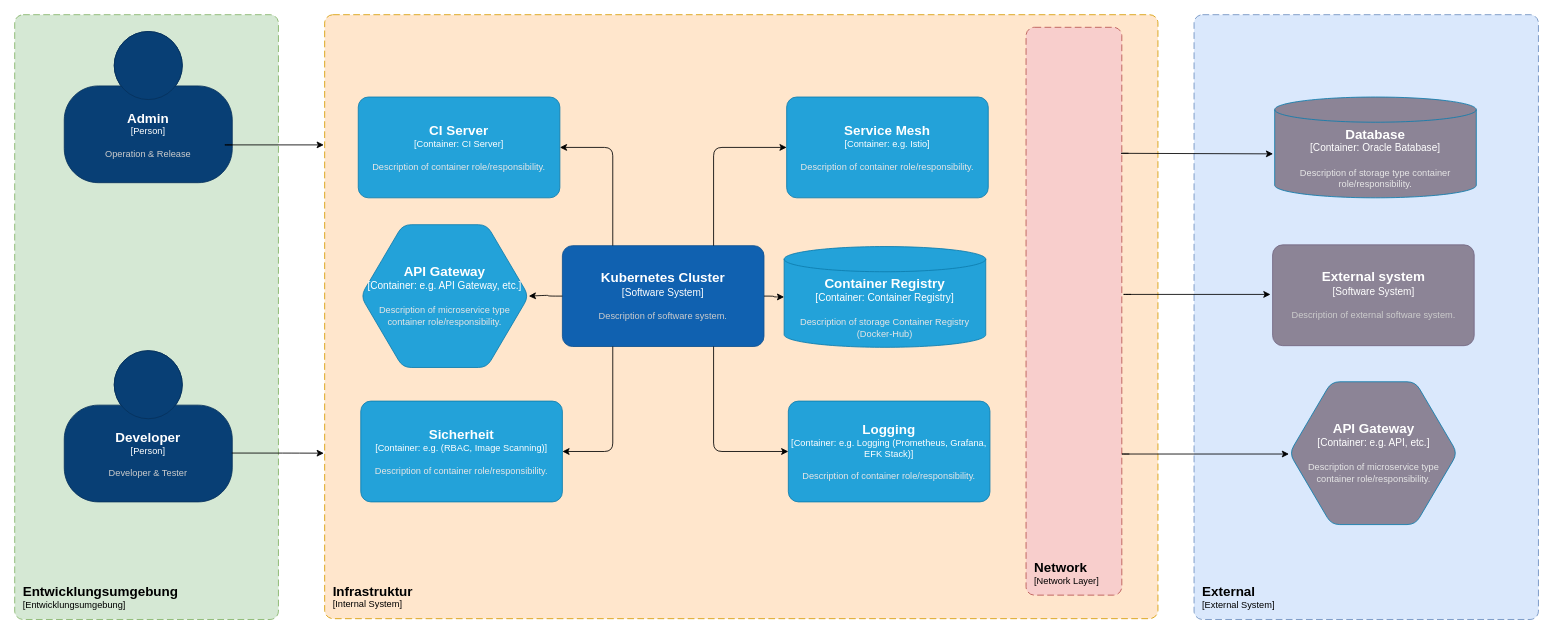
Earlier version of the draw.io diagram page "04-Context-And-Scope-View" (11 of 11) of resources/enterprise-architecture.drawio (microtema/universal-development-and-operation-platform). Source tidied: cells renumbered, new cells numbered last; positions are measured from the earlier drawing's top-left corner, leaving out a move shared by most shapes. Both pictures are drawn from the tidied source at 84%, with x=0, y=0 at pixel (14, 14).
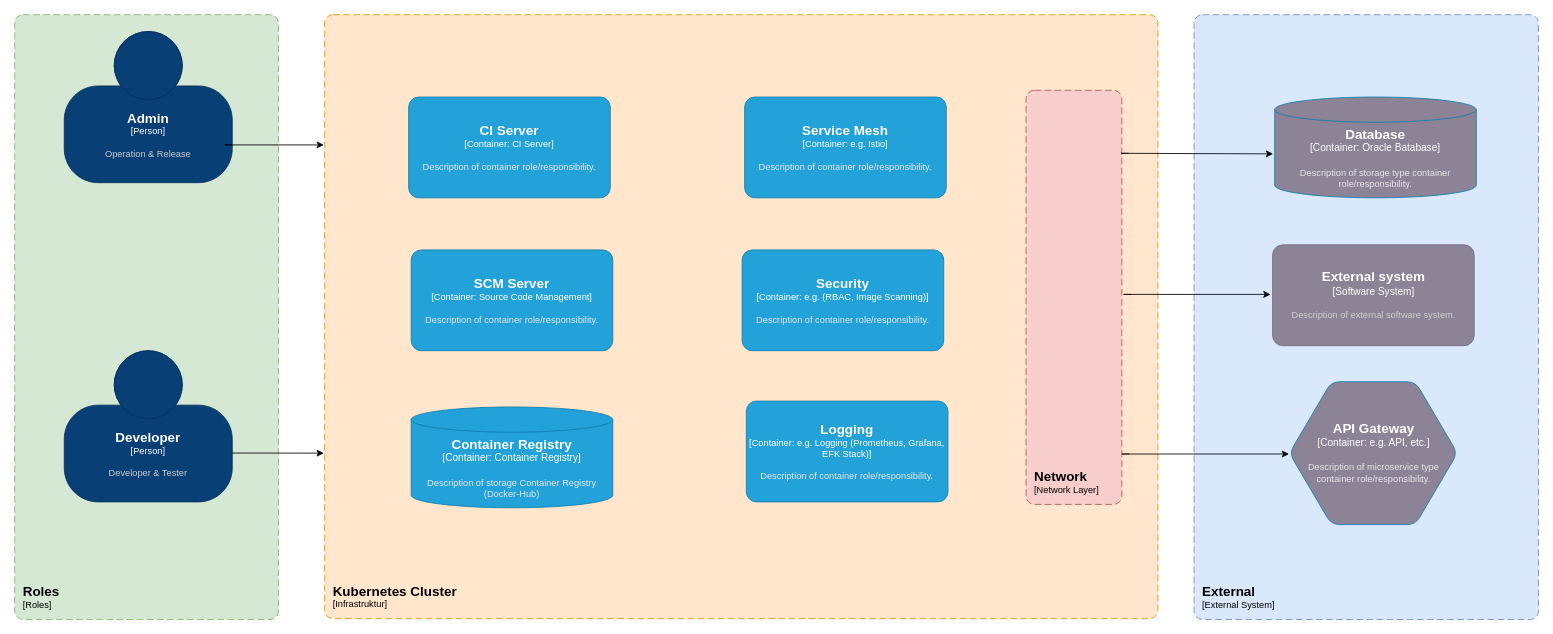
The same diagram, later.

The edit, as a diff of the source:
```diff
@@
-    <object id="2" label="&lt;font style=&quot;font-size: 16px&quot;&gt;&lt;b&gt;&lt;div style=&quot;text-align: left&quot;&gt;%c4Name%&lt;/div&gt;&lt;/b&gt;&lt;/font&gt;&lt;div style=&quot;text-align: left&quot;&gt;[%c4Application%]&lt;/div&gt;" c4Application="Entwicklungsumgebung" c4Name="Entwicklungsumgebung" placeholders="1">
+    <object id="2" label="&lt;font style=&quot;font-size: 16px&quot;&gt;&lt;b&gt;&lt;div style=&quot;text-align: left&quot;&gt;%c4Name%&lt;/div&gt;&lt;/b&gt;&lt;/font&gt;&lt;div style=&quot;text-align: left&quot;&gt;[%c4Application%]&lt;/div&gt;" c4Application="Roles" c4Name="Roles" placeholders="1">
       <mxCell style="rounded=1;fontSize=11;whiteSpace=wrap;html=1;dashed=1;arcSize=20;fillColor=#d5e8d4;strokeColor=#82b366;labelBackgroundColor=none;align=left;verticalAlign=bottom;labelBorderColor=none;spacingTop=0;spacing=10;dashPattern=8 4;perimeter=rectanglePerimeter;noLabel=0;labelPadding=0;absoluteArcSize=1;" parent="1" vertex="1">
         <mxGeometry width="314" height="720" as="geometry" />
       </mxCell>
     </object>
-    <object id="3" label="&lt;font style=&quot;font-size: 16px&quot;&gt;&lt;b&gt;&lt;div style=&quot;text-align: left&quot;&gt;%c4Name%&lt;/div&gt;&lt;/b&gt;&lt;/font&gt;&lt;div style=&quot;text-align: left&quot;&gt;[%c4Application%]&lt;/div&gt;" c4Application="Internal System" c4Name="Infrastruktur" placeholders="1">
+    <object id="3" label="&lt;font style=&quot;font-size: 16px&quot;&gt;&lt;b&gt;&lt;div style=&quot;text-align: left&quot;&gt;%c4Name%&lt;/div&gt;&lt;/b&gt;&lt;/font&gt;&lt;div style=&quot;text-align: left&quot;&gt;[%c4Application%]&lt;/div&gt;" c4Application="Infrastruktur" c4Name="Kubernetes Cluster" placeholders="1">
       <mxCell style="rounded=1;fontSize=11;whiteSpace=wrap;html=1;dashed=1;arcSize=20;fillColor=#ffe6cc;strokeColor=#d79b00;labelBackgroundColor=none;align=left;verticalAlign=bottom;labelBorderColor=none;spacingTop=0;spacing=10;dashPattern=8 4;perimeter=rectanglePerimeter;noLabel=0;labelPadding=0;absoluteArcSize=1;" parent="1" vertex="1">
         <mxGeometry x="369" width="992" height="719" as="geometry" />
       </mxCell>
     </object>
@@
-    <object id="8" label="&lt;font style=&quot;font-size: 16px&quot;&gt;&lt;b&gt;%c4Name%&lt;/b&gt;&lt;/font&gt;&lt;div&gt;[%c4Type%]&lt;/div&gt;&lt;br&gt;&lt;div&gt;&lt;font style=&quot;font-size: 11px&quot;&gt;&lt;font color=&quot;#cccccc&quot;&gt;%c4Description%&lt;/font&gt;&lt;/div&gt;" c4Description="Description of software system." c4Name="Kubernetes Cluster" c4Type="Software System" placeholders="1">
-      <mxCell style="rounded=1;whiteSpace=wrap;html=1;labelBackgroundColor=none;fillColor=#1061B0;fontColor=#ffffff;align=center;arcSize=10;strokeColor=#0D5091;points=[[0.25,0,0],[0.5,0,0],[0.75,0,0],[1,0.25,0],[1,0.5,0],[1,0.75,0],[0.75,1,0],[0.5,1,0],[0.25,1,0],[0,0.75,0],[0,0.5,0],[0,0.25,0]];" parent="1" vertex="1">
-        <mxGeometry x="652" y="275" width="240" height="120" as="geometry" />
-      </mxCell>
-    </object>
     <object id="9" label="&lt;font style=&quot;font-size: 16px&quot;&gt;&lt;b&gt;%c4Name%&lt;/b&gt;&lt;/font&gt;&lt;div&gt;[%c4Type%: %c4Technology%]&lt;/div&gt;&lt;br&gt;&lt;div&gt;&lt;font style=&quot;font-size: 11px&quot;&gt;&lt;font color=&quot;#E6E6E6&quot;&gt;%c4Description%&lt;/font&gt;&lt;/div&gt;" c4Description="Description of container role/responsibility." c4Name="CI Server" c4Technology="CI Server" c4Type="Container" placeholders="1">
       <mxCell style="rounded=1;whiteSpace=wrap;html=1;fontSize=11;labelBackgroundColor=none;fillColor=#23A2D9;fontColor=#ffffff;align=center;arcSize=10;strokeColor=#0E7DAD;points=[[0.25,0,0],[0.5,0,0],[0.75,0,0],[1,0.25,0],[1,0.5,0],[1,0.75,0],[0.75,1,0],[0.5,1,0],[0.25,1,0],[0,0.75,0],[0,0.5,0],[0,0.25,0]];" parent="1" vertex="1">
-        <mxGeometry x="409" y="98" width="240" height="120" as="geometry" />
+        <mxGeometry x="469" y="98" width="240" height="120" as="geometry" />
       </mxCell>
     </object>
     <object id="10" label="&lt;font style=&quot;font-size: 16px&quot;&gt;&lt;b&gt;%c4Type%&lt;/b&gt;&lt;/font&gt;&lt;div&gt;[%c4Container%:&amp;nbsp;%c4Technology%]&lt;/div&gt;&lt;br&gt;&lt;div&gt;&lt;font style=&quot;font-size: 11px&quot;&gt;&lt;font color=&quot;#E6E6E6&quot;&gt;%c4Description%&lt;/font&gt;&lt;/div&gt;" c4Container="Container" c4Description="Description of storage Container Registry (Docker-Hub)" c4Technology="Container Registry" c4Type="Container Registry" placeholders="1">
       <mxCell style="shape=cylinder3;size=15;whiteSpace=wrap;html=1;boundedLbl=1;rounded=0;labelBackgroundColor=none;fillColor=#23A2D9;fontSize=12;fontColor=#ffffff;align=center;strokeColor=#0E7DAD;points=[[0.5,0,0],[1,0.25,0],[1,0.5,0],[1,0.75,0],[0.5,1,0],[0,0.75,0],[0,0.5,0],[0,0.25,0]];" parent="1" vertex="1">
-        <mxGeometry x="916" y="276" width="240" height="120" as="geometry" />
+        <mxGeometry x="472" y="467" width="240" height="120" as="geometry" />
       </mxCell>
     </object>
     <object id="11" label="&lt;font style=&quot;font-size: 16px&quot;&gt;&lt;b&gt;%c4Name%&lt;/b&gt;&lt;/font&gt;&lt;div&gt;[%c4Type%: %c4Technology%]&lt;/div&gt;&lt;br&gt;&lt;div&gt;&lt;font style=&quot;font-size: 11px&quot;&gt;&lt;font color=&quot;#E6E6E6&quot;&gt;%c4Description%&lt;/font&gt;&lt;/div&gt;" c4Description="Description of container role/responsibility." c4Name="Logging" c4Technology="e.g. Logging (Prometheus, Grafana, EFK Stack)" c4Type="Container" placeholders="1">
       <mxCell style="rounded=1;whiteSpace=wrap;html=1;fontSize=11;labelBackgroundColor=none;fillColor=#23A2D9;fontColor=#ffffff;align=center;arcSize=10;strokeColor=#0E7DAD;points=[[0.25,0,0],[0.5,0,0],[0.75,0,0],[1,0.25,0],[1,0.5,0],[1,0.75,0],[0.75,1,0],[0.5,1,0],[0.25,1,0],[0,0.75,0],[0,0.5,0],[0,0.25,0]];" parent="1" vertex="1">
-        <mxGeometry x="921" y="460" width="240" height="120" as="geometry" />
+        <mxGeometry x="871" y="460" width="240" height="120" as="geometry" />
       </mxCell>
     </object>
     <object id="12" label="&lt;font style=&quot;font-size: 16px&quot;&gt;&lt;b&gt;%c4Name%&lt;/b&gt;&lt;/font&gt;&lt;div&gt;[%c4Type%: %c4Technology%]&lt;/div&gt;&lt;br&gt;&lt;div&gt;&lt;font style=&quot;font-size: 11px&quot;&gt;&lt;font color=&quot;#E6E6E6&quot;&gt;%c4Description%&lt;/font&gt;&lt;/div&gt;" c4Description="Description of container role/responsibility." c4Name="Service Mesh" c4Technology="e.g. Istio" c4Type="Container" placeholders="1">
       <mxCell style="rounded=1;whiteSpace=wrap;html=1;fontSize=11;labelBackgroundColor=none;fillColor=#23A2D9;fontColor=#ffffff;align=center;arcSize=10;strokeColor=#0E7DAD;points=[[0.25,0,0],[0.5,0,0],[0.75,0,0],[1,0.25,0],[1,0.5,0],[1,0.75,0],[0.75,1,0],[0.5,1,0],[0.25,1,0],[0,0.75,0],[0,0.5,0],[0,0.25,0]];" parent="1" vertex="1">
-        <mxGeometry x="919" y="98" width="240" height="120" as="geometry" />
+        <mxGeometry x="869" y="98" width="240" height="120" as="geometry" />
       </mxCell>
     </object>
-    <object id="13" label="&lt;font style=&quot;font-size: 16px&quot;&gt;&lt;b&gt;%c4Type%&lt;/b&gt;&lt;/font&gt;&lt;div&gt;[%c4Container%:&amp;nbsp;%c4Technology%]&lt;/div&gt;&lt;br&gt;&lt;div&gt;&lt;font style=&quot;font-size: 11px&quot;&gt;&lt;font color=&quot;#E6E6E6&quot;&gt;%c4Description%&lt;/font&gt;&lt;/div&gt;" c4Container="Container" c4Description="Description of microservice type container role/responsibility." c4Technology="e.g. API Gateway, etc." c4Type="API Gateway" placeholders="1">
-      <mxCell style="shape=hexagon;size=50;perimeter=hexagonPerimeter2;whiteSpace=wrap;html=1;fixedSize=1;rounded=1;labelBackgroundColor=none;fillColor=#23A2D9;fontSize=12;fontColor=#ffffff;align=center;strokeColor=#0E7DAD;points=[[0.5,0,0],[1,0.25,0],[1,0.5,0],[1,0.75,0],[0.5,1,0],[0,0.75,0],[0,0.5,0],[0,0.25,0]];" parent="1" vertex="1">
-        <mxGeometry x="412" y="250" width="200" height="170" as="geometry" />
-      </mxCell>
-    </object>
-    <object id="14" label="&lt;font style=&quot;font-size: 16px&quot;&gt;&lt;b&gt;%c4Name%&lt;/b&gt;&lt;/font&gt;&lt;div&gt;[%c4Type%: %c4Technology%]&lt;/div&gt;&lt;br&gt;&lt;div&gt;&lt;font style=&quot;font-size: 11px&quot;&gt;&lt;font color=&quot;#E6E6E6&quot;&gt;%c4Description%&lt;/font&gt;&lt;/div&gt;" c4Description="Description of container role/responsibility." c4Name="Sicherheit" c4Technology="e.g. (RBAC, Image Scanning)" c4Type="Container" placeholders="1">
+    <object id="14" label="&lt;font style=&quot;font-size: 16px&quot;&gt;&lt;b&gt;%c4Name%&lt;/b&gt;&lt;/font&gt;&lt;div&gt;[%c4Type%: %c4Technology%]&lt;/div&gt;&lt;br&gt;&lt;div&gt;&lt;font style=&quot;font-size: 11px&quot;&gt;&lt;font color=&quot;#E6E6E6&quot;&gt;%c4Description%&lt;/font&gt;&lt;/div&gt;" c4Description="Description of container role/responsibility." c4Name="Security" c4Technology="e.g. (RBAC, Image Scanning)" c4Type="Container" placeholders="1">
       <mxCell style="rounded=1;whiteSpace=wrap;html=1;fontSize=11;labelBackgroundColor=none;fillColor=#23A2D9;fontColor=#ffffff;align=center;arcSize=10;strokeColor=#0E7DAD;points=[[0.25,0,0],[0.5,0,0],[0.75,0,0],[1,0.25,0],[1,0.5,0],[1,0.75,0],[0.75,1,0],[0.5,1,0],[0.25,1,0],[0,0.75,0],[0,0.5,0],[0,0.25,0]];" parent="1" vertex="1">
-        <mxGeometry x="412" y="460" width="240" height="120" as="geometry" />
+        <mxGeometry x="866" y="280" width="240" height="120" as="geometry" />
       </mxCell>
     </object>
-    <mxCell id="15" style="edgeStyle=orthogonalEdgeStyle;rounded=1;jettySize=auto;html=1;entryX=0;entryY=0.5;entryDx=0;entryDy=0;entryPerimeter=0;exitX=0.75;exitY=0;exitDx=0;exitDy=0;exitPerimeter=0;" parent="1" edge="1" source="8" target="12">
-      <mxGeometry relative="1" as="geometry">
-        <Array as="points">
-          <mxPoint x="832" y="158" />
-        </Array>
-      </mxGeometry>
-    </mxCell>
-    <mxCell id="16" style="edgeStyle=orthogonalEdgeStyle;rounded=1;jettySize=auto;html=1;entryX=1;entryY=0.5;entryDx=0;entryDy=0;entryPerimeter=0;exitX=0.25;exitY=0;exitDx=0;exitDy=0;exitPerimeter=0;" parent="1" edge="1" source="8" target="9">
-      <mxGeometry relative="1" as="geometry">
-        <Array as="points">
-          <mxPoint x="712" y="158" />
-        </Array>
-      </mxGeometry>
-    </mxCell>
-    <mxCell id="17" style="edgeStyle=orthogonalEdgeStyle;rounded=1;jettySize=auto;html=1;entryX=1;entryY=0.5;entryDx=0;entryDy=0;entryPerimeter=0;exitX=0.25;exitY=1;exitDx=0;exitDy=0;exitPerimeter=0;" parent="1" edge="1" source="8" target="14">
-      <mxGeometry relative="1" as="geometry">
-        <Array as="points">
-          <mxPoint x="712" y="520" />
-        </Array>
-      </mxGeometry>
-    </mxCell>
-    <mxCell id="18" style="edgeStyle=orthogonalEdgeStyle;rounded=1;jettySize=auto;html=1;entryX=0;entryY=0.5;entryDx=0;entryDy=0;entryPerimeter=0;exitX=0.75;exitY=1;exitDx=0;exitDy=0;exitPerimeter=0;" parent="1" edge="1" source="8" target="11">
-      <mxGeometry relative="1" as="geometry">
-        <Array as="points">
-          <mxPoint x="832" y="520" />
-        </Array>
-      </mxGeometry>
-    </mxCell>
-    <mxCell id="19" style="edgeStyle=orthogonalEdgeStyle;rounded=1;jettySize=auto;html=1;entryX=1;entryY=0.5;entryDx=0;entryDy=0;entryPerimeter=0;exitX=0;exitY=0.5;exitDx=0;exitDy=0;exitPerimeter=0;" parent="1" edge="1" source="8" target="13">
-      <mxGeometry relative="1" as="geometry">
-        <Array as="points">
-          <mxPoint x="635" y="335" />
-          <mxPoint x="629" y="334" />
-        </Array>
-      </mxGeometry>
-    </mxCell>
-    <mxCell id="20" style="edgeStyle=orthogonalEdgeStyle;rounded=1;jettySize=auto;html=1;entryX=0;entryY=0.5;entryDx=0;entryDy=0;entryPerimeter=0;exitX=1;exitY=0.5;exitDx=0;exitDy=0;exitPerimeter=0;" parent="1" edge="1" source="8" target="10">
-      <mxGeometry relative="1" as="geometry">
-        <Array as="points">
-          <mxPoint x="904" y="335" />
-          <mxPoint x="916" y="336" />
-        </Array>
-      </mxGeometry>
-    </mxCell>
@@
     <object id="25" label="&lt;font style=&quot;font-size: 16px&quot;&gt;&lt;b&gt;&lt;div style=&quot;text-align: left&quot;&gt;%c4Name%&lt;/div&gt;&lt;/b&gt;&lt;/font&gt;&lt;div style=&quot;text-align: left&quot;&gt;[%c4Application%]&lt;/div&gt;" c4Application="Network Layer" c4Name="Network" placeholders="1">
       <mxCell style="rounded=1;fontSize=11;whiteSpace=wrap;html=1;dashed=1;arcSize=20;fillColor=#f8cecc;strokeColor=#b85450;labelBackgroundColor=none;align=left;verticalAlign=bottom;labelBorderColor=none;spacingTop=0;spacing=10;dashPattern=8 4;perimeter=rectanglePerimeter;noLabel=0;labelPadding=0;absoluteArcSize=1;" parent="1" vertex="1">
-        <mxGeometry x="1204" y="15" width="114" height="676" as="geometry" />
+        <mxGeometry x="1204" y="90" width="114" height="493" as="geometry" />
       </mxCell>
     </object>
@@
+    <object id="29" label="&lt;font style=&quot;font-size: 16px&quot;&gt;&lt;b&gt;%c4Name%&lt;/b&gt;&lt;/font&gt;&lt;div&gt;[%c4Type%: %c4Technology%]&lt;/div&gt;&lt;br&gt;&lt;div&gt;&lt;font style=&quot;font-size: 11px&quot;&gt;&lt;font color=&quot;#E6E6E6&quot;&gt;%c4Description%&lt;/font&gt;&lt;/div&gt;" c4Description="Description of container role/responsibility." c4Name="SCM Server" c4Technology="Source Code Management" c4Type="Container" placeholders="1">
+      <mxCell style="rounded=1;whiteSpace=wrap;html=1;fontSize=11;labelBackgroundColor=none;fillColor=#23A2D9;fontColor=#ffffff;align=center;arcSize=10;strokeColor=#0E7DAD;" parent="1" vertex="1">
+        <mxGeometry x="472" y="280" width="240" height="120" as="geometry" />
+      </mxCell>
+    </object>
```
